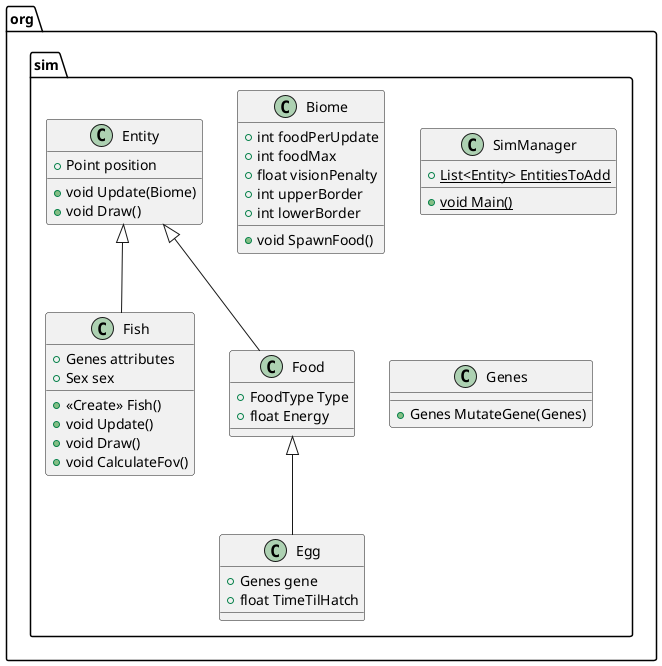
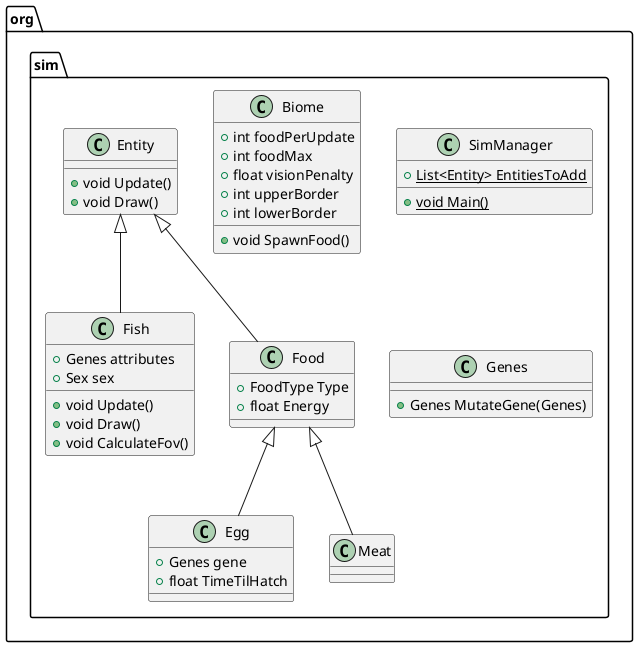
@startuml
class org.sim.Biome {
+ int foodPerUpdate
+ int foodMax
+ float visionPenalty
+ int upperBorder
+ int lowerBorder
+ void SpawnFood()
}


class org.sim.Egg {
+ Genes gene
+ float TimeTilHatch
}

+ class org.sim.Meat {
+ }
class org.sim.Fish {
+ Genes attributes
+ Sex sex
- + <<Create>> Fish()
+ void Update()
+ void Draw()
+ void CalculateFov()
}

+ class org.sim.Entity {
+ + void Update()
+ + void Draw()
+ }

class org.sim.Food {
+ FoodType Type
+ float Energy
}

class org.sim.SimManager {
+ {static} List<Entity> EntitiesToAdd
+ {static} void Main()
}

- class org.sim.Entity {
- + Point position
- + void Update(Biome)
- + void Draw()
- }
- 


class org.sim.Genes {
+ Genes MutateGene(Genes)
}



org.sim.Food <|-- org.sim.Egg
+ org.sim.Food <|-- org.sim.Meat
org.sim.Entity <|-- org.sim.Fish
org.sim.Entity <|-- org.sim.Food
@enduml